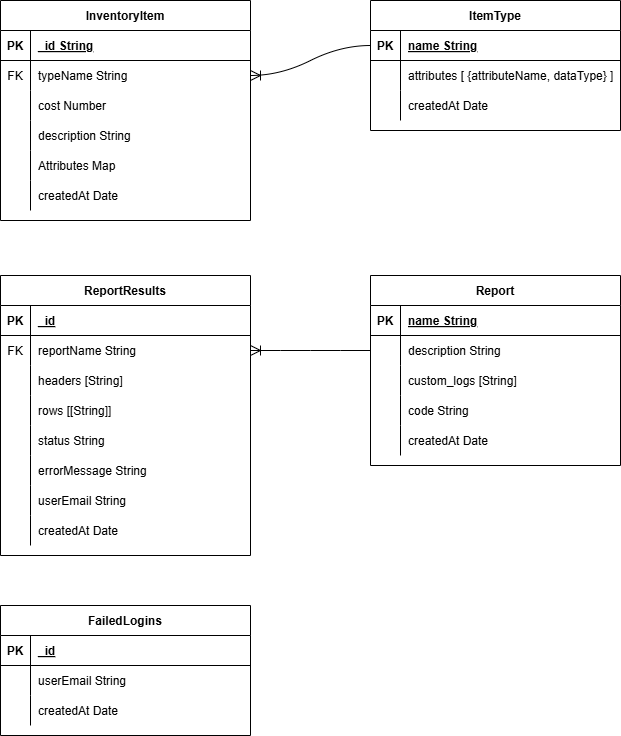
The draw.io diagram images/diagram.drawio.png in ab1nadi/inventory, before a commit. Source tidied: cells renumbered, new cells last; positions are measured from the earlier drawing's top-left corner, leaving out a move shared by most shapes.
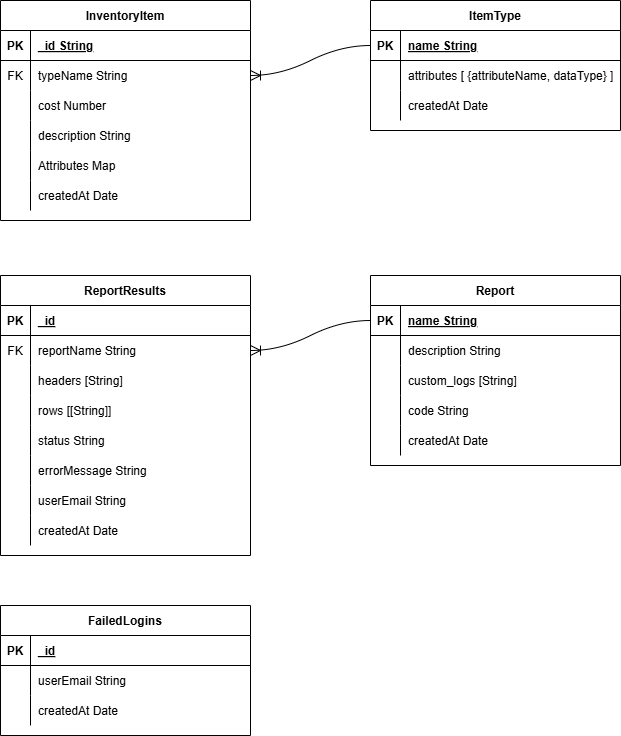
The same file after the commit.

Change to the diagram source:
```diff
@@ -245,7 +245,7 @@
     <mxCell id="82" value="createdAt Date" style="shape=partialRectangle;overflow=hidden;fillColor=none;top=0;left=0;bottom=0;right=0;align=left;spacingLeft=6;" parent="80" vertex="1">
       <mxGeometry x="30" width="220" height="30" as="geometry" />
     </mxCell>
-    <mxCell id="83" style="edgeStyle=entityRelationEdgeStyle;fontSize=12;html=1;endArrow=ERoneToMany;rounded=0;startSize=8;endSize=8;curved=1;entryX=1;entryY=0.5;entryDx=0;entryDy=0;exitX=0;exitY=0.5;exitDx=0;exitDy=0;" parent="1" edge="1" source="27" target="43">
+    <mxCell id="83" style="edgeStyle=entityRelationEdgeStyle;fontSize=12;html=1;endArrow=ERoneToMany;rounded=0;startSize=8;endSize=8;curved=1;entryX=1;entryY=0.5;entryDx=0;entryDy=0;exitX=0;exitY=0.5;exitDx=0;exitDy=0;" parent="1" edge="1" source="24" target="43">
       <mxGeometry relative="1" as="geometry" />
     </mxCell>
   </root>
```
